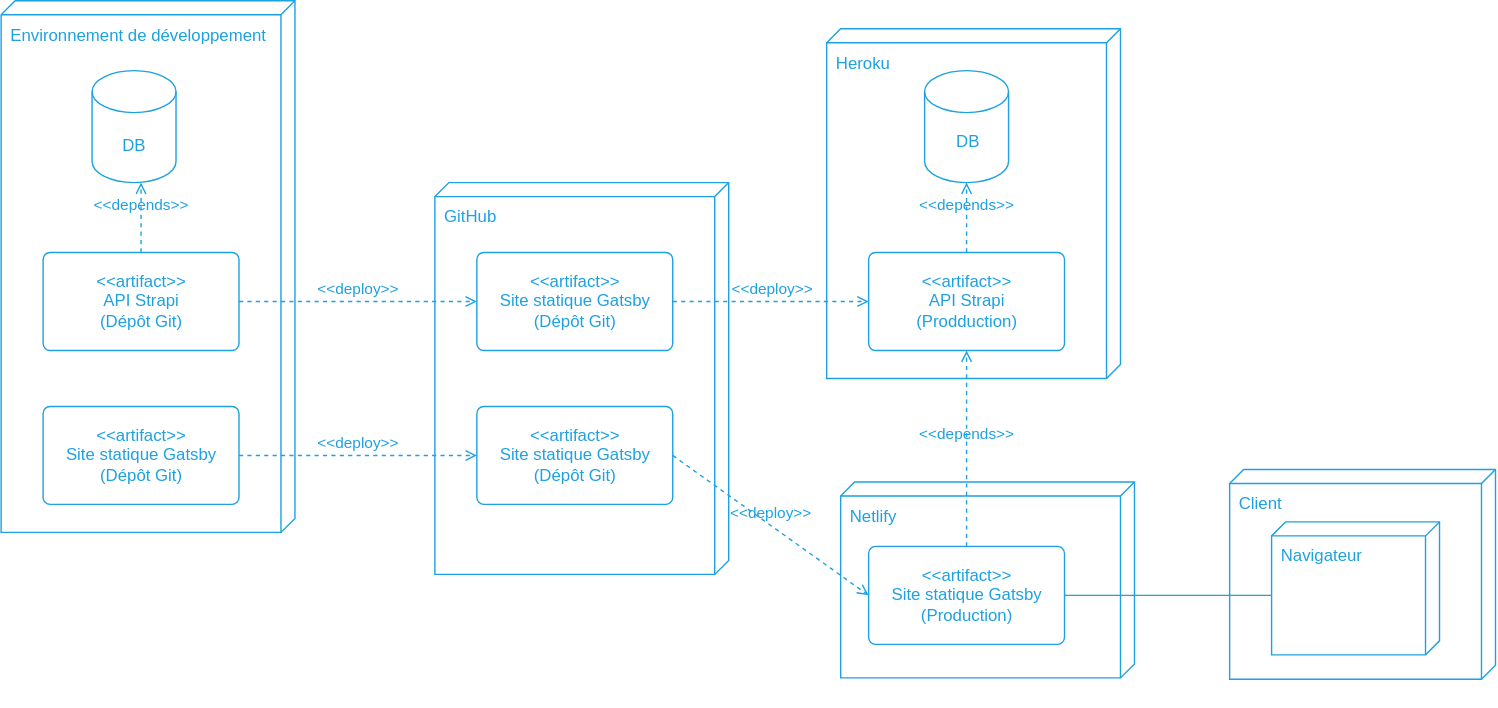
centvingt/OCPizzaRedaction keeps this draw.io diagram as img/figure_deployment-diagram.svg. Above is the earlier version. Source tidied: cells renumbered, new cells last; positions are measured from the earlier drawing's top-left corner, leaving out a move shared by most shapes.
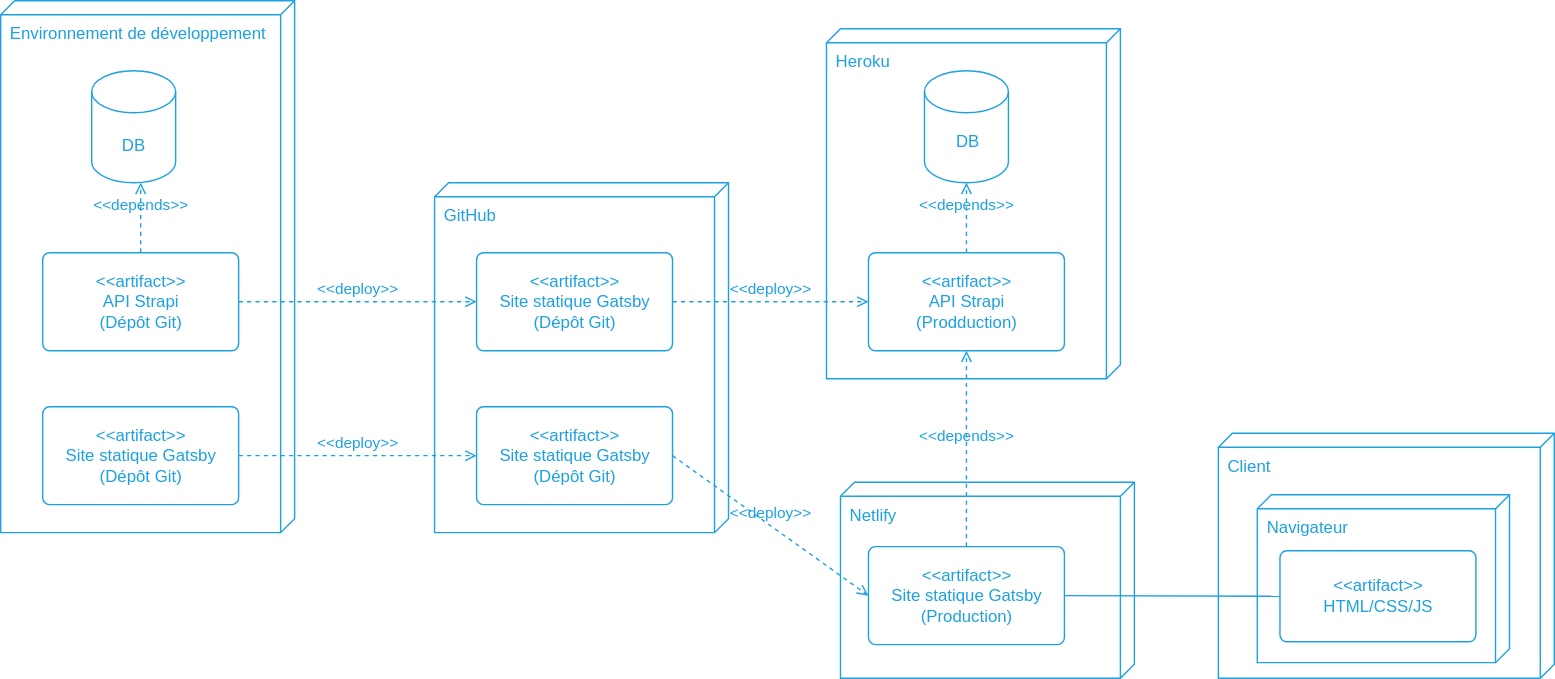
After the commit.

Commit message:
Ajout d’un diagramme de classes

What changed in the source:
```diff
@@ -9,12 +9,12 @@
       <mxGeometry x="600" y="344" width="210" height="140" as="geometry" />
     </mxCell>
     <mxCell id="4" value="&lt;font color=&quot;#1da1e1&quot;&gt;GitHub&lt;/font&gt;" style="verticalAlign=top;align=left;shape=cube;size=10;direction=south;fontStyle=0;html=1;boundedLbl=1;spacingLeft=5;fillColor=none;strokeColor=#1DA1E1;" parent="1" vertex="1">
-      <mxGeometry x="310" y="130" width="210" height="280" as="geometry" />
+      <mxGeometry x="310" y="130" width="210" height="250" as="geometry" />
     </mxCell>
     <mxCell id="5" value="&lt;font color=&quot;#1da1e1&quot;&gt;&amp;lt;&amp;lt;artifact&amp;gt;&amp;gt;&lt;br&gt;&lt;/font&gt;&lt;span style=&quot;color: rgb(29 , 161 , 225)&quot;&gt;Site statique Gatsby&lt;/span&gt;&lt;font color=&quot;#1da1e1&quot;&gt;&lt;br&gt;(Dépôt Git)&lt;br&gt;&lt;/font&gt;" style="html=1;align=center;verticalAlign=middle;rounded=1;absoluteArcSize=1;arcSize=10;dashed=0;fillColor=none;strokeColor=#1DA1E1;" parent="1" vertex="1">
       <mxGeometry x="340" y="180" width="140" height="70" as="geometry" />
     </mxCell>
-    <mxCell id="6" style="rounded=0;jettySize=auto;html=1;exitX=1;exitY=0.5;exitDx=0;exitDy=0;entryX=0;entryY=0;entryDx=52.5;entryDy=120;entryPerimeter=0;strokeColor=#1DA1E1;endArrow=none;endFill=0;" parent="1" edge="1" source="7" target="11">
+    <mxCell id="6" style="rounded=0;jettySize=auto;html=1;exitX=1;exitY=0.5;exitDx=0;exitDy=0;entryX=0;entryY=0.5;entryDx=0;entryDy=0;strokeColor=#1DA1E1;endArrow=none;endFill=0;" parent="1" edge="1" source="7" target="31">
       <mxGeometry relative="1" as="geometry" />
     </mxCell>
     <mxCell id="7" value="&lt;font color=&quot;#1da1e1&quot;&gt;&amp;lt;&amp;lt;artifact&amp;gt;&amp;gt;&lt;br&gt;Site statique Gatsby&lt;br&gt;(Production)&lt;br&gt;&lt;/font&gt;" style="html=1;align=center;verticalAlign=middle;rounded=1;absoluteArcSize=1;arcSize=10;dashed=0;fillColor=none;strokeColor=#1DA1E1;" parent="1" vertex="1">
@@ -23,15 +23,6 @@
     <mxCell id="8" value="&lt;font color=&quot;#1da1e1&quot;&gt;&amp;lt;&amp;lt;artifact&amp;gt;&amp;gt;&lt;br&gt;&lt;/font&gt;&lt;span style=&quot;color: rgb(29 , 161 , 225)&quot;&gt;Site statique Gatsby&lt;/span&gt;&lt;font color=&quot;#1da1e1&quot;&gt;&lt;br&gt;(Dépôt Git)&lt;br&gt;&lt;/font&gt;" style="html=1;align=center;verticalAlign=middle;rounded=1;absoluteArcSize=1;arcSize=10;dashed=0;fillColor=none;strokeColor=#1DA1E1;" parent="1" vertex="1">
       <mxGeometry x="340" y="290" width="140" height="70" as="geometry" />
     </mxCell>
-    <mxCell id="9" style="group;" parent="1" vertex="1">
-      <mxGeometry x="878" y="335" width="190" height="170" as="geometry" />
-    </mxCell>
-    <mxCell id="10" value="&lt;font color=&quot;#1da1e1&quot;&gt;Client&lt;/font&gt;" style="verticalAlign=top;align=left;shape=cube;size=10;direction=south;fontStyle=0;html=1;boundedLbl=1;spacingLeft=5;fillColor=none;strokeColor=#1DA1E1;" parent="9" vertex="1">
-      <mxGeometry width="190" height="150" as="geometry" />
-    </mxCell>
-    <mxCell id="11" value="&lt;font color=&quot;#1da1e1&quot;&gt;Navigateur&lt;/font&gt;" style="verticalAlign=top;align=left;shape=cube;size=10;direction=south;fontStyle=0;html=1;boundedLbl=1;spacingLeft=5;fillColor=none;strokeColor=#1DA1E1;" parent="9" vertex="1">
-      <mxGeometry x="30" y="37.5" width="120" height="95" as="geometry" />
-    </mxCell>
     <mxCell id="12" value="&lt;font color=&quot;#1da1e1&quot;&gt;&amp;lt;&amp;lt;artifact&amp;gt;&amp;gt;&lt;br&gt;API Strapi&lt;br&gt;(Dépôt Git)&lt;br&gt;&lt;/font&gt;" style="html=1;align=center;verticalAlign=middle;rounded=1;absoluteArcSize=1;arcSize=10;dashed=0;fillColor=none;strokeColor=#1DA1E1;" parent="1" vertex="1">
       <mxGeometry x="30" y="180" width="140" height="70" as="geometry" />
     </mxCell>
@@ -89,5 +80,14 @@
     <mxCell id="30" value="&lt;font color=&quot;#1da1e1&quot;&gt;&amp;lt;&amp;lt;depends&amp;gt;&amp;gt;&lt;/font&gt;" style="html=1;verticalAlign=bottom;labelBackgroundColor=none;endArrow=open;endFill=0;dashed=1;strokeColor=#1DA1E1;exitX=0.5;exitY=0;exitDx=0;exitDy=0;entryX=0.5;entryY=1;entryDx=0;entryDy=0;entryPerimeter=0;" parent="23" edge="1" source="25" target="27">
       <mxGeometry relative="1" as="geometry" />
     </mxCell>
+    <mxCell id="10" value="&lt;font color=&quot;#1da1e1&quot;&gt;Client&lt;/font&gt;" style="verticalAlign=top;align=left;shape=cube;size=10;direction=south;fontStyle=0;html=1;boundedLbl=1;spacingLeft=5;fillColor=none;strokeColor=#1DA1E1;" parent="1" vertex="1">
+      <mxGeometry x="870" y="309" width="240" height="175" as="geometry" />
+    </mxCell>
+    <mxCell id="11" value="&lt;font color=&quot;#1da1e1&quot;&gt;Navigateur&lt;/font&gt;" style="verticalAlign=top;align=left;shape=cube;size=10;direction=south;fontStyle=0;html=1;boundedLbl=1;spacingLeft=5;fillColor=none;strokeColor=#1DA1E1;" parent="1" vertex="1">
+      <mxGeometry x="897.8" y="352.9" width="180.2" height="120" as="geometry" />
+    </mxCell>
+    <mxCell id="31" value="&lt;font color=&quot;#1da1e1&quot;&gt;&amp;lt;&amp;lt;artifact&amp;gt;&amp;gt;&lt;br&gt;HTML/CSS/JS&lt;br&gt;&lt;/font&gt;" style="html=1;align=center;verticalAlign=middle;rounded=1;absoluteArcSize=1;arcSize=10;dashed=0;fillColor=none;strokeColor=#1DA1E1;" parent="1" vertex="1">
+      <mxGeometry x="914" y="392.9" width="140" height="65" as="geometry" />
+    </mxCell>
   </root>
 </mxGraphModel>
```
